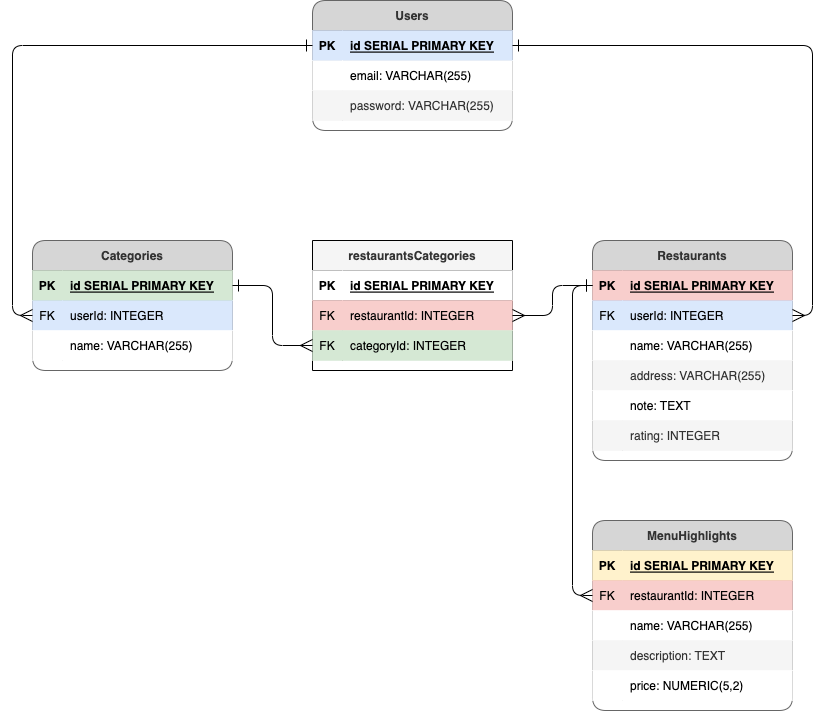
Earlier version of the draw.io export ERD.drawio.png (philjang/ad-libitum). Source tidied: cells renumbered, new cells last; positions are measured from the earlier drawing's top-left corner, leaving out a move shared by most shapes.
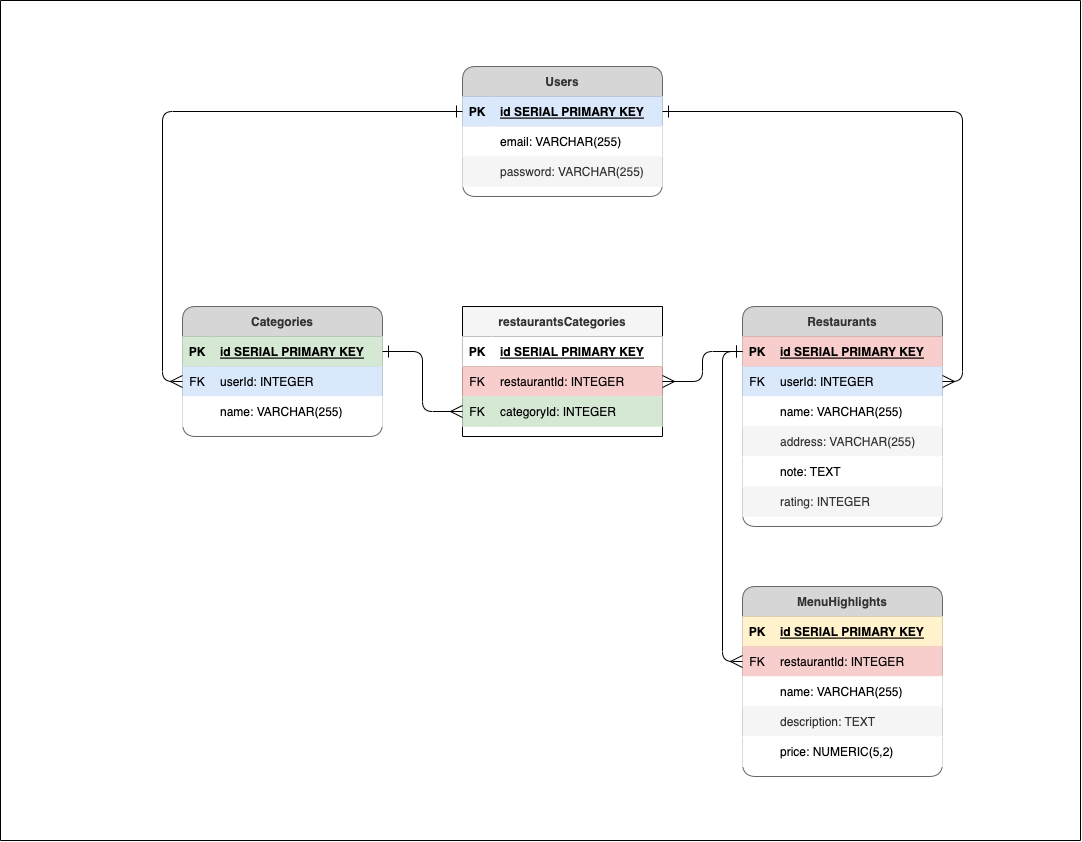
After the change.

The edit, as a diff of the source:
```diff
@@ -212,5 +212,30 @@
     <mxCell id="71" style="edgeStyle=orthogonalEdgeStyle;rounded=1;jettySize=auto;html=1;exitX=0;exitY=0.5;exitDx=0;exitDy=0;entryX=0;entryY=0.5;entryDx=0;entryDy=0;fontColor=#000000;startArrow=ERone;startFill=0;endArrow=ERmany;endFill=0;startSize=10;endSize=10;targetPerimeterSpacing=0;strokeWidth=1;" parent="1" edge="1" source="13" target="45">
       <mxGeometry relative="1" as="geometry" />
     </mxCell>
+    <mxCell id="72" value="Untitled Layer" parent="0" />
+    <mxCell id="73" style="endArrow=none;html=1;rounded=1;fontColor=#000000;startSize=10;endSize=10;targetPerimeterSpacing=0;strokeWidth=1;" parent="72" edge="1">
+      <mxGeometry relative="1" as="geometry">
+        <mxPoint x="898" y="-66" as="sourcePoint" />
+        <mxPoint x="-182" y="-66" as="targetPoint" />
+      </mxGeometry>
+    </mxCell>
+    <mxCell id="74" style="endArrow=none;html=1;rounded=1;fontColor=#000000;startSize=10;endSize=10;targetPerimeterSpacing=0;strokeWidth=1;" parent="72" edge="1">
+      <mxGeometry relative="1" as="geometry">
+        <mxPoint x="898" y="774" as="sourcePoint" />
+        <mxPoint x="-182" y="774" as="targetPoint" />
+      </mxGeometry>
+    </mxCell>
+    <mxCell id="75" style="endArrow=none;html=1;rounded=1;fontColor=#000000;startSize=10;endSize=10;targetPerimeterSpacing=0;strokeWidth=1;" parent="72" edge="1">
+      <mxGeometry relative="1" as="geometry">
+        <mxPoint x="898" y="-66" as="sourcePoint" />
+        <mxPoint x="898" y="774" as="targetPoint" />
+      </mxGeometry>
+    </mxCell>
+    <mxCell id="76" style="endArrow=none;html=1;rounded=1;fontColor=#000000;startSize=10;endSize=10;targetPerimeterSpacing=0;strokeWidth=1;" parent="72" edge="1">
+      <mxGeometry relative="1" as="geometry">
+        <mxPoint x="-182" y="-66" as="sourcePoint" />
+        <mxPoint x="-182" y="774" as="targetPoint" />
+      </mxGeometry>
+    </mxCell>
   </root>
 </mxGraphModel>
```
